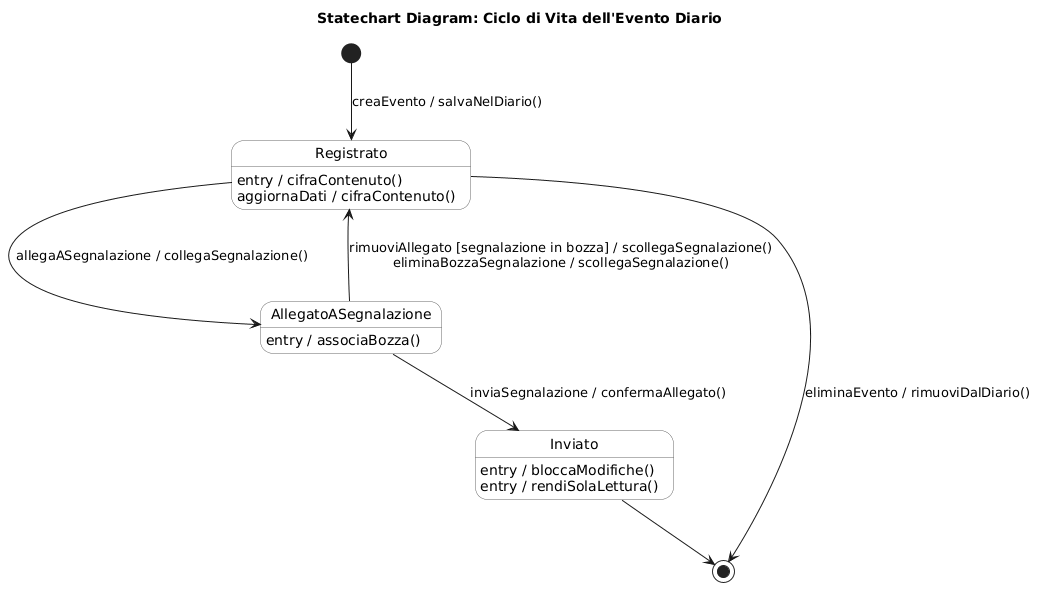
pharos-oss/pharos keeps this PlantUML diagram as docs/rad/assets/images/STD_02_Evento_Diario.png. Above is the earlier version.
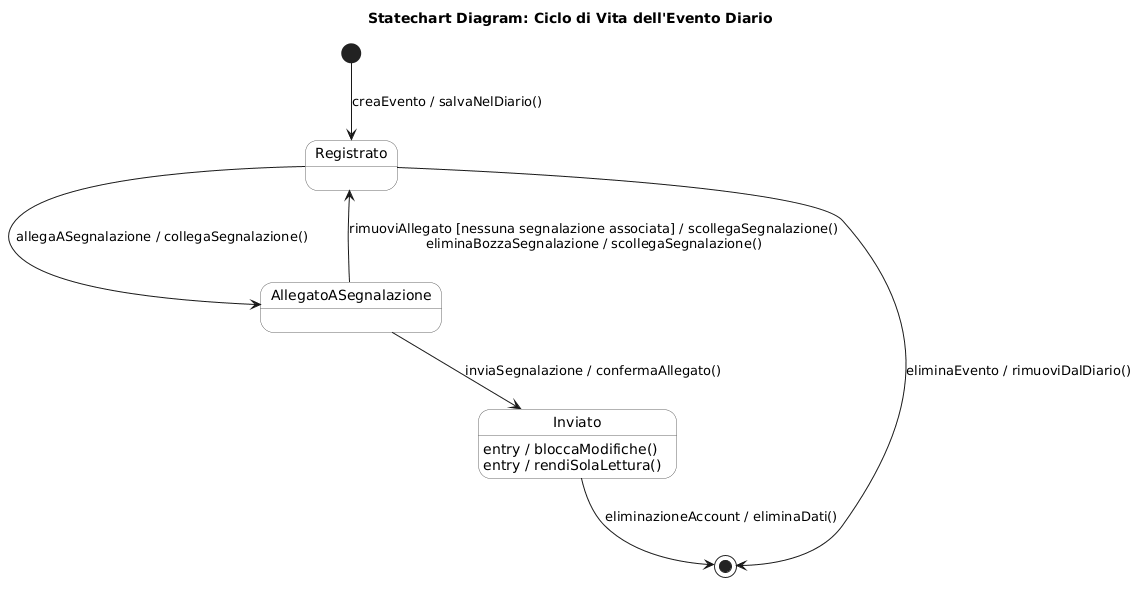
After the commit.

Diff of the diagram source:
```diff
@@ -1,6 +1,7 @@
 @startuml
 title Statechart Diagram: Ciclo di Vita dell'Evento Diario
 top to bottom direction
+
 skinparam state {
   BackgroundColor White
   BorderColor #666666
@@ -9,12 +10,9 @@
 [*] --> Registrato : creaEvento / salvaNelDiario()
 
 state Registrato {
-  Registrato : entry / cifraContenuto()
-  Registrato : aggiornaDati / cifraContenuto()
 }
 
 state AllegatoASegnalazione {
-  AllegatoASegnalazione : entry / associaBozza()
 }
 
 state Inviato {
@@ -25,8 +23,8 @@
 Registrato --> AllegatoASegnalazione : allegaASegnalazione / collegaSegnalazione()
 Registrato --> [*] : eliminaEvento / rimuoviDalDiario()
 
-AllegatoASegnalazione --> Registrato : rimuoviAllegato [segnalazione in bozza] / scollegaSegnalazione()\neliminaBozzaSegnalazione / scollegaSegnalazione()
+AllegatoASegnalazione --> Registrato : rimuoviAllegato [nessuna segnalazione associata] / scollegaSegnalazione()\neliminaBozzaSegnalazione / scollegaSegnalazione()
 AllegatoASegnalazione --> Inviato : inviaSegnalazione / confermaAllegato()
 
-Inviato --> [*]
+Inviato --> [*] : eliminazioneAccount / eliminaDati()
 @enduml
```
